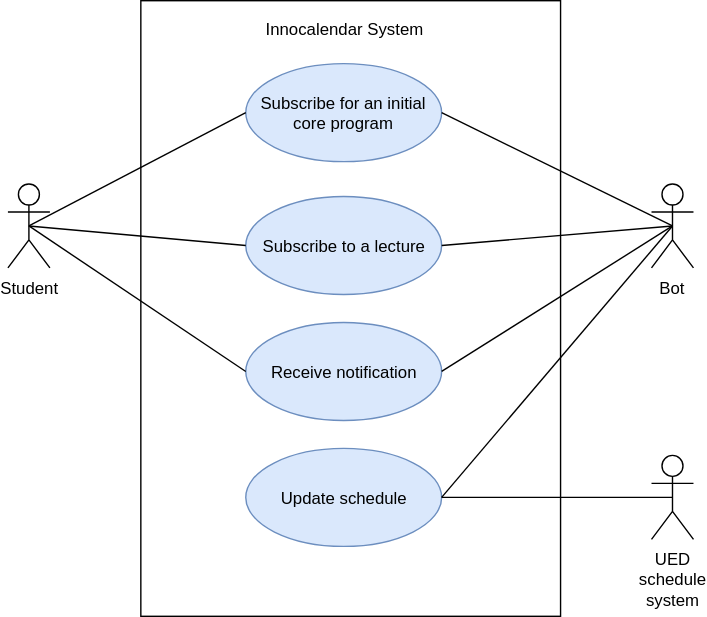
This is Requirements/usecase.svg from VASemenov/InnoCalendar, a draw.io export, as it was before one commit. Source tidied: cells renumbered, new cells last; positions are measured from the earlier drawing's top-left corner, leaving out a move shared by most shapes.
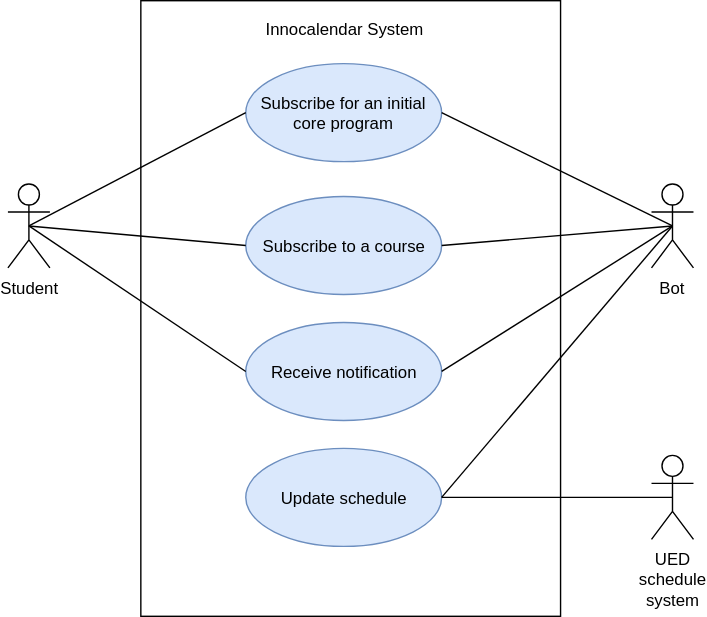
Above is the later version.

What changed in the source:
```diff
@@ -20,7 +20,7 @@
     <mxCell id="7" value="&lt;span id=&quot;docs-internal-guid-d44f8fd3-7fff-8ea9-de37-ef4f079cb7a5&quot;&gt;&lt;span style=&quot;font-family: &amp;#34;arial&amp;#34; ; background-color: transparent ; vertical-align: baseline ; white-space: pre-wrap&quot;&gt;&lt;font style=&quot;font-size: 12px&quot;&gt;Subscribe for an initial core program&lt;/font&gt;&lt;/span&gt;&lt;/span&gt;" style="ellipse;whiteSpace=wrap;html=1;fillColor=#dae8fc;strokeColor=#6c8ebf;" parent="1" vertex="1">
       <mxGeometry x="170" y="45" width="140" height="70" as="geometry" />
     </mxCell>
-    <mxCell id="8" value="&lt;span id=&quot;docs-internal-guid-6862aad4-7fff-fd15-ff27-2bd15f97bac9&quot;&gt;&lt;span style=&quot;font-family: &amp;#34;arial&amp;#34; ; background-color: transparent ; vertical-align: baseline ; white-space: pre-wrap&quot;&gt;&lt;font style=&quot;font-size: 12px&quot;&gt;Subscribe to a lecture&lt;/font&gt;&lt;/span&gt;&lt;/span&gt;" style="ellipse;whiteSpace=wrap;html=1;fillColor=#dae8fc;strokeColor=#6c8ebf;" parent="1" vertex="1">
+    <mxCell id="8" value="&lt;span id=&quot;docs-internal-guid-6862aad4-7fff-fd15-ff27-2bd15f97bac9&quot;&gt;&lt;span style=&quot;font-family: &amp;#34;arial&amp;#34; ; background-color: transparent ; vertical-align: baseline ; white-space: pre-wrap&quot;&gt;&lt;font style=&quot;font-size: 12px&quot;&gt;Subscribe to a course&lt;/font&gt;&lt;/span&gt;&lt;/span&gt;" style="ellipse;whiteSpace=wrap;html=1;fillColor=#dae8fc;strokeColor=#6c8ebf;" parent="1" vertex="1">
       <mxGeometry x="170" y="140" width="140" height="70" as="geometry" />
     </mxCell>
     <mxCell id="9" value="&lt;span id=&quot;docs-internal-guid-3ffd73b3-7fff-c934-20b3-83dd5afe4dc2&quot;&gt;&lt;span style=&quot;font-family: &amp;#34;arial&amp;#34; ; background-color: transparent ; vertical-align: baseline ; white-space: pre-wrap&quot;&gt;&lt;font style=&quot;font-size: 12px&quot;&gt;Receive notification&lt;/font&gt;&lt;/span&gt;&lt;/span&gt;" style="ellipse;whiteSpace=wrap;html=1;fillColor=#dae8fc;strokeColor=#6c8ebf;" parent="1" vertex="1">
```
